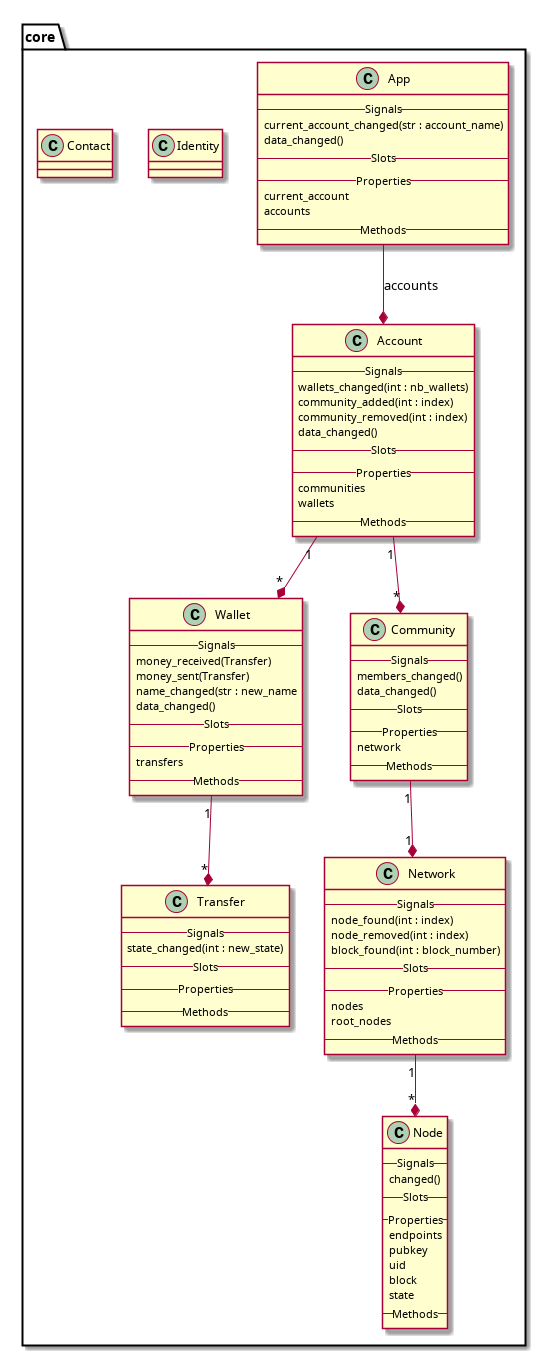
Before: doc/uml/core-classes.png, a diagram exported from PlantUML (duniter/sakia).
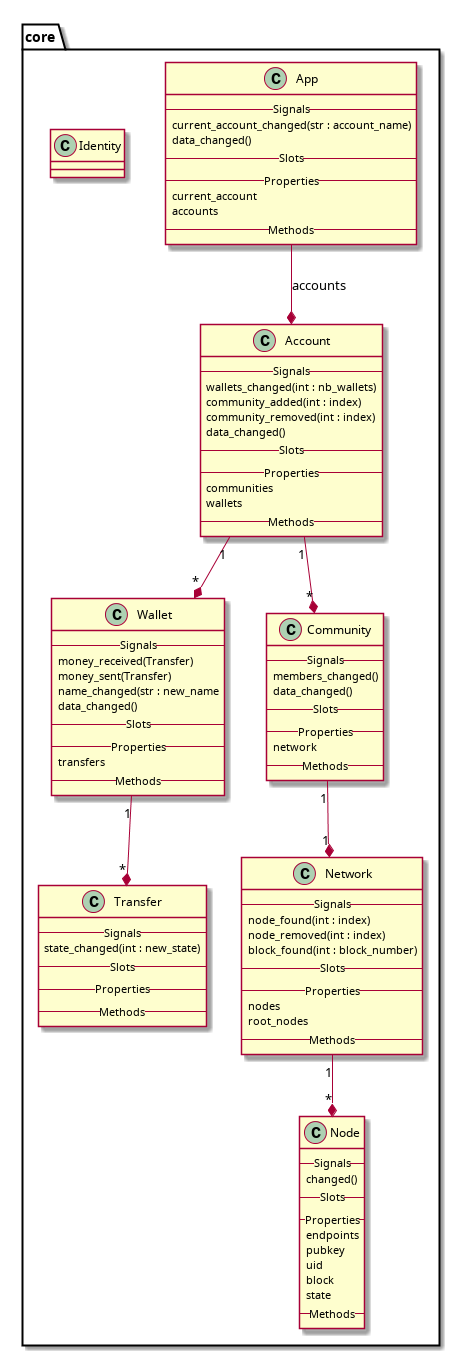
The same diagram one commit later.

Change to the diagram source:
```diff
@@ -87,7 +87,6 @@
 	}
 
 	class Identity
-	class Contact
 }
 
 
```
